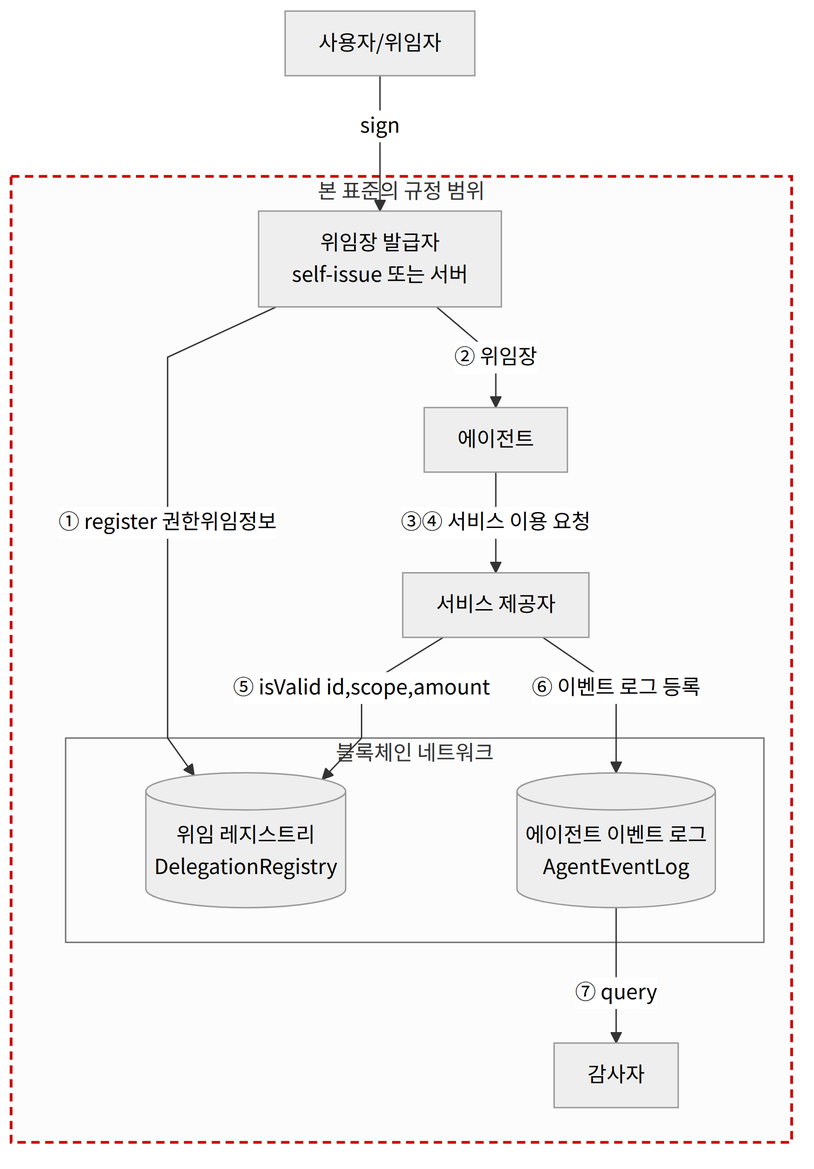
The Mermaid diagram docs/tta-standard/figures/fig1-architecture.png in jsong1230/meta-agents, before a commit. Its source is kept beside it as docs/tta-standard/figures/fig1-architecture.mmd.
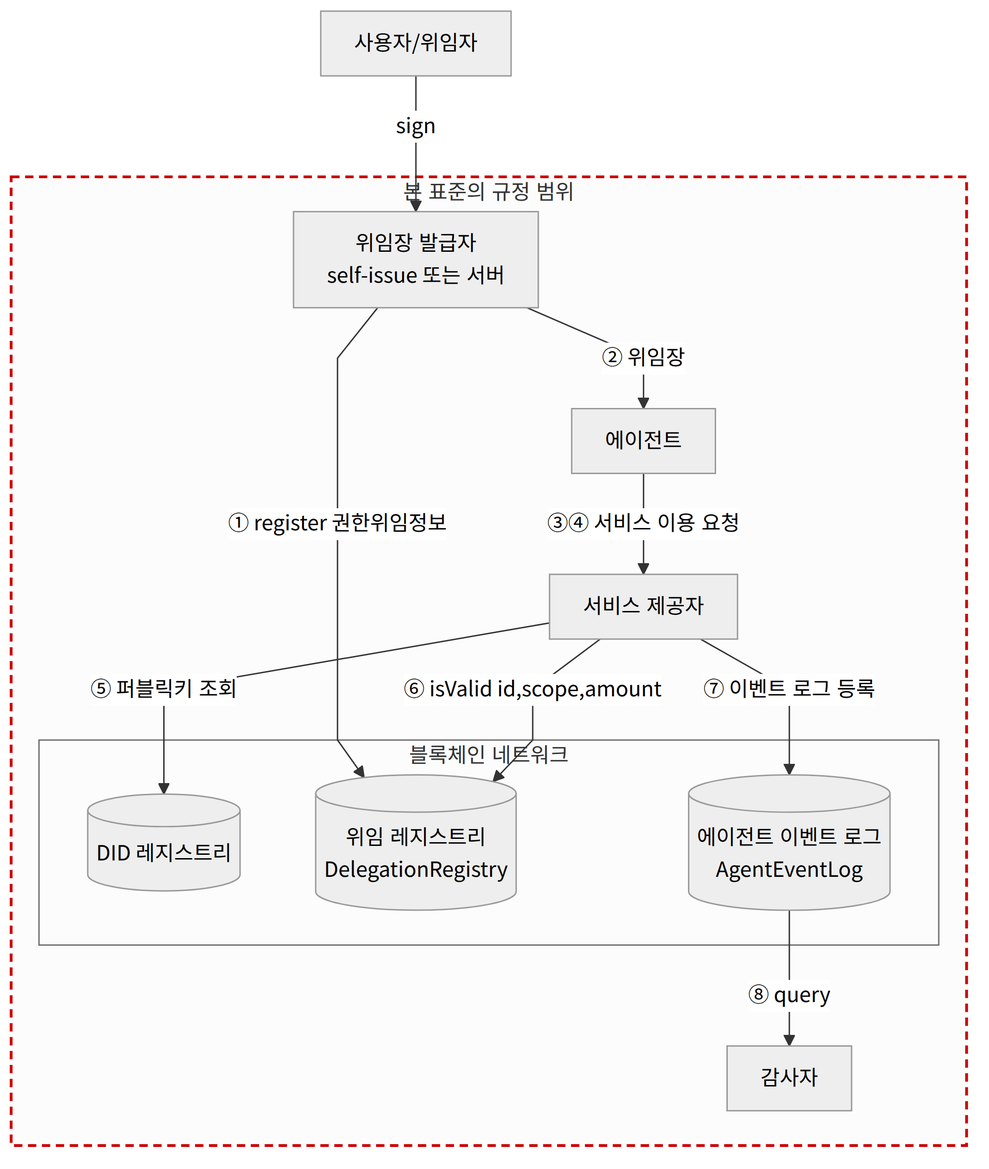
The same file after the commit.

The edit, as a diff of the source:
```diff
@@ -6,6 +6,7 @@
         SP[서비스 제공자]
         AUD[감사자]
         subgraph BC[블록체인 네트워크]
+            DIDR[(DID 레지스트리)]
             REG[(위임 레지스트리<br/>DelegationRegistry)]
             LOG[(에이전트 이벤트 로그<br/>AgentEventLog)]
         end
@@ -14,7 +15,8 @@
     ISS -->|① register 권한위임정보| REG
     ISS -->|② 위임장| AG
     AG -->|③④ 서비스 이용 요청| SP
-    SP -->|⑤ isValid id,scope,amount| REG
-    SP -->|⑥ 이벤트 로그 등록| LOG
-    LOG -->|⑦ query| AUD
+    SP -->|⑤ 퍼블릭키 조회| DIDR
+    SP -->|⑥ isValid id,scope,amount| REG
+    SP -->|⑦ 이벤트 로그 등록| LOG
+    LOG -->|⑧ query| AUD
     style STD stroke:#c00,stroke-width:2px,stroke-dasharray:6 4
```
